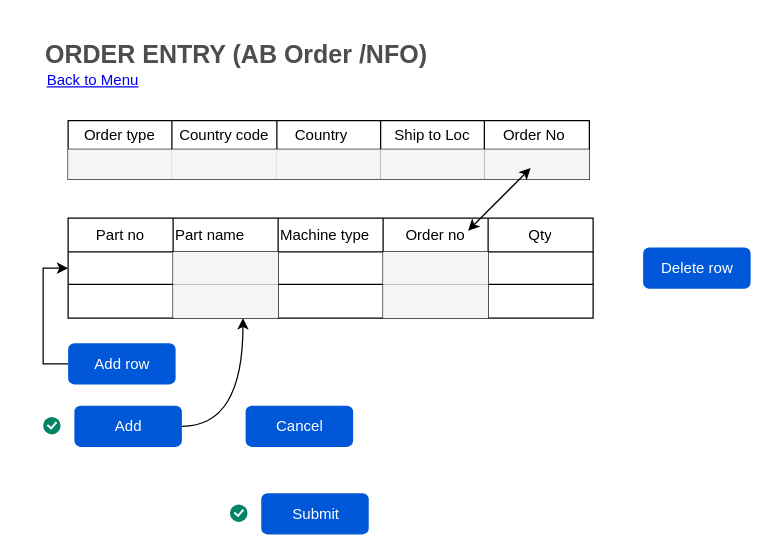
sdevipriya/VirtualTrainingOct12-Config keeps this draw.io diagram as page "Page-4" (4 of 6) of Untitled Diagram.drawio. Above is the earlier version. Source tidied: cells renumbered, new cells numbered last; positions are measured from the earlier drawing's top-left corner, leaving out a move shared by most shapes. Both pictures are drawn from the tidied source at 125%, with x=0, y=0 at pixel (30, 42).
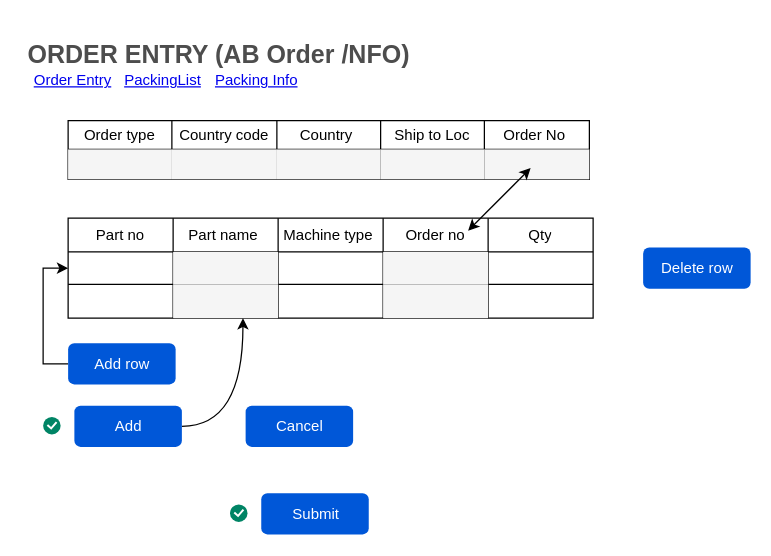
The same page after the edit.

The change refers to these unchanged cells:
```xml
<mxCell id="3" style="shape=partialRectangle;fillColor=none;top=0;left=0;bottom=0;right=0;" parent="2" vertex="1">
  <mxGeometry width="417" height="23" as="geometry" />
</mxCell>
<mxCell id="16" style="shape=partialRectangle;fillColor=none;top=0;left=0;bottom=0;right=0;" parent="15" vertex="1">
  <mxGeometry width="420" height="27" as="geometry" />
</mxCell>
```

Diff of the diagram source:
```diff
@@
-    <mxCell id="6" value="Country&lt;span style=&quot;white-space: pre&quot;&gt;&#9;&lt;/span&gt;" style="shape=partialRectangle;html=1;whiteSpace=wrap;overflow=hidden;fillColor=none;top=0;left=0;bottom=0;right=0;" parent="3" vertex="1">
+    <mxCell id="6" value="Country&lt;span style=&quot;white-space: pre&quot;&gt; &lt;/span&gt;" style="shape=partialRectangle;html=1;whiteSpace=wrap;overflow=hidden;fillColor=none;top=0;left=0;bottom=0;right=0;" parent="3" vertex="1">
       <mxGeometry x="167" width="83" height="23" as="geometry" />
     </mxCell>
@@
-    <mxCell id="8" value="Order No&lt;span style=&quot;white-space: pre&quot;&gt;&#9;&lt;/span&gt;" style="shape=partialRectangle;html=1;whiteSpace=wrap;overflow=hidden;fillColor=none;top=0;left=0;bottom=0;right=0;" parent="3" vertex="1">
+    <mxCell id="8" value="Order No&lt;span style=&quot;white-space: pre&quot;&gt; &lt;/span&gt;" style="shape=partialRectangle;html=1;whiteSpace=wrap;overflow=hidden;fillColor=none;top=0;left=0;bottom=0;right=0;" parent="3" vertex="1">
       <mxGeometry x="333" width="84" height="23" as="geometry" />
     </mxCell>
@@
-    <mxCell id="18" value="Part name&lt;span style=&quot;white-space: pre&quot;&gt;&#9;&lt;/span&gt;" style="shape=partialRectangle;html=1;whiteSpace=wrap;overflow=hidden;fillColor=none;top=0;left=0;bottom=0;right=0;" parent="16" vertex="1">
+    <mxCell id="18" value="Part name&lt;span style=&quot;white-space: pre&quot;&gt; &lt;/span&gt;" style="shape=partialRectangle;html=1;whiteSpace=wrap;overflow=hidden;fillColor=none;top=0;left=0;bottom=0;right=0;" parent="16" vertex="1">
       <mxGeometry x="84" width="84" height="27" as="geometry" />
     </mxCell>
-    <mxCell id="19" value="Machine type&lt;span style=&quot;white-space: pre&quot;&gt;&#9;&lt;/span&gt;" style="shape=partialRectangle;html=1;whiteSpace=wrap;overflow=hidden;fillColor=none;top=0;left=0;bottom=0;right=0;" parent="16" vertex="1">
+    <mxCell id="19" value="Machine type&lt;span style=&quot;white-space: pre&quot;&gt; &lt;/span&gt;" style="shape=partialRectangle;html=1;whiteSpace=wrap;overflow=hidden;fillColor=none;top=0;left=0;bottom=0;right=0;" parent="16" vertex="1">
       <mxGeometry x="168" width="84" height="27" as="geometry" />
     </mxCell>
@@
     <mxCell id="41" value="&lt;h1&gt;ORDER ENTRY (AB Order /NFO)&lt;br&gt;&lt;/h1&gt;" style="whiteSpace=wrap;html=1;shadow=0;dashed=0;fontSize=10;align=left;fillColor=#FFFFFF;strokeColor=#FFFFFF;fontColor=#4D4D4D;fontStyle=1;" parent="1" vertex="1">
-      <mxGeometry x="10" width="410" height="16.9" as="geometry" />
+      <mxGeometry x="-4" width="410" height="16.9" as="geometry" />
     </mxCell>
-    <mxCell id="42" value="Back to Menu" style="text;html=1;strokeColor=none;fillColor=none;whiteSpace=wrap;align=center;verticalAlign=middle;fontColor=#0000EE;fontStyle=4;" parent="1" vertex="1">
-      <mxGeometry y="10" width="100" height="40" as="geometry" />
-    </mxCell>
@@
+    <mxCell id="46" value="PackingList" style="text;html=1;strokeColor=none;fillColor=none;whiteSpace=wrap;align=center;verticalAlign=middle;fontColor=#0000EE;fontStyle=4;" parent="1" vertex="1">
+      <mxGeometry x="76" y="6" width="60" height="48.9" as="geometry" />
+    </mxCell>
+    <mxCell id="47" value="Order Entry" style="text;html=1;strokeColor=none;fillColor=none;whiteSpace=wrap;align=center;verticalAlign=middle;fontColor=#0000EE;fontStyle=4;" parent="1" vertex="1">
+      <mxGeometry x="-7" y="6" width="82" height="48.9" as="geometry" />
+    </mxCell>
+    <mxCell id="48" value="Packing Info" style="text;html=1;strokeColor=none;fillColor=none;whiteSpace=wrap;align=center;verticalAlign=middle;fontColor=#0000EE;fontStyle=4;" parent="1" vertex="1">
+      <mxGeometry x="145" y="6" width="72" height="48.9" as="geometry" />
+    </mxCell>
```
